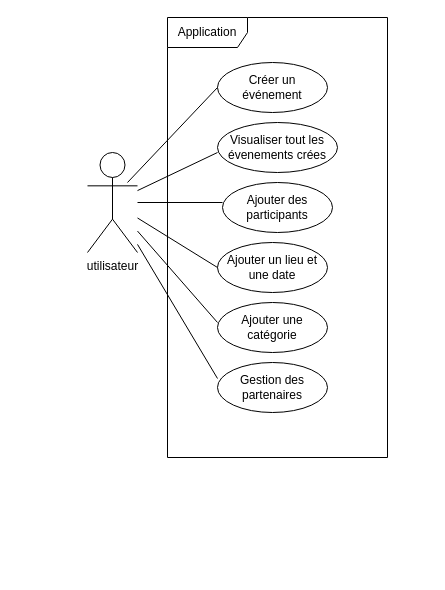
Above: Conception/Diagramme de cas d'utilisation.drawio in CSliveR/Chief-s-Arena (draw.io), before the change. Source tidied: cells renumbered, new cells numbered last; positions are measured from the earlier drawing's top-left corner, leaving out a move shared by most shapes. Both pictures are drawn from the tidied source at 100%, with x=0, y=0 at pixel (87, 17).
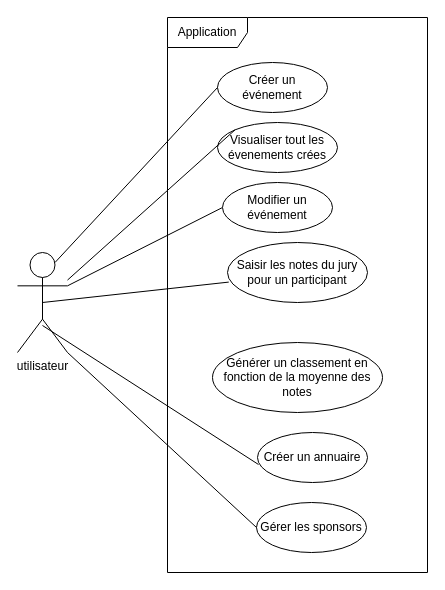
The same page after the edit.

What changed in the source:
```diff
@@
 <mxGraphModel>
   <root>
     <mxCell id="0" />
     <mxCell id="1" parent="0" />
     <mxCell id="2" value="&lt;div&gt;utilisateur&lt;/div&gt;" style="shape=umlActor;verticalLabelPosition=bottom;verticalAlign=top;html=1;outlineConnect=0;" parent="1" vertex="1">
-      <mxGeometry y="135" width="50" height="100" as="geometry" />
+      <mxGeometry x="-70" y="235" width="50" height="100" as="geometry" />
     </mxCell>
     <mxCell id="3" value="Créer un événement" style="ellipse;whiteSpace=wrap;html=1;" parent="1" vertex="1">
       <mxGeometry x="130" y="45" width="110" height="50" as="geometry" />
     </mxCell>
     <mxCell id="4" value="&lt;div align=&quot;center&quot;&gt;Visualiser tout les évenements crées&lt;/div&gt;" style="ellipse;whiteSpace=wrap;html=1;align=center;" parent="1" vertex="1">
       <mxGeometry x="130" y="105" width="120" height="50" as="geometry" />
     </mxCell>
-    <mxCell id="5" value="Ajouter des participants" style="ellipse;whiteSpace=wrap;html=1;" parent="1" vertex="1">
-      <mxGeometry x="135" y="165" width="110" height="50" as="geometry" />
-    </mxCell>
-    <mxCell id="6" value="Ajouter un lieu et une date" style="ellipse;whiteSpace=wrap;html=1;" parent="1" vertex="1">
-      <mxGeometry x="130" y="225" width="110" height="50" as="geometry" />
-    </mxCell>
-    <mxCell id="7" value="Ajouter une catégorie" style="ellipse;whiteSpace=wrap;html=1;" parent="1" vertex="1">
-      <mxGeometry x="130" y="285" width="110" height="50" as="geometry" />
-    </mxCell>
-    <mxCell id="8" value="Gestion des partenaires" style="ellipse;whiteSpace=wrap;html=1;" parent="1" vertex="1">
-      <mxGeometry x="130" y="345" width="110" height="50" as="geometry" />
+    <mxCell id="8" value="Créer un annuaire" style="ellipse;whiteSpace=wrap;html=1;" parent="1" vertex="1">
+      <mxGeometry x="170" y="415" width="110" height="50" as="geometry" />
     </mxCell>
-    <mxCell id="9" style="endArrow=none;html=1;rounded=0;entryX=0;entryY=0.5;entryDx=0;entryDy=0;" parent="1" edge="1" target="3">
-      <mxGeometry relative="1" as="geometry">
-        <mxPoint x="40" y="165" as="sourcePoint" />
-      </mxGeometry>
+    <mxCell id="9" style="endArrow=none;html=1;rounded=0;entryX=0;entryY=0.5;entryDx=0;entryDy=0;exitX=0.75;exitY=0.1;exitDx=0;exitDy=0;exitPerimeter=0;" parent="1" edge="1" source="2" target="3">
+      <mxGeometry relative="1" as="geometry" />
     </mxCell>
-    <mxCell id="10" style="endArrow=none;html=1;rounded=0;" parent="1" edge="1" source="2">
-      <mxGeometry relative="1" as="geometry">
-        <mxPoint x="130" y="135" as="targetPoint" />
-      </mxGeometry>
+    <mxCell id="10" style="endArrow=none;html=1;rounded=0;entryX=0;entryY=0;entryDx=0;entryDy=0;" parent="1" edge="1" source="2" target="4">
+      <mxGeometry relative="1" as="geometry" />
     </mxCell>
-    <mxCell id="11" style="endArrow=none;html=1;rounded=0;" parent="1" edge="1" source="2">
-      <mxGeometry relative="1" as="geometry">
-        <mxPoint x="135" y="185" as="targetPoint" />
-      </mxGeometry>
-    </mxCell>
-    <mxCell id="12" style="endArrow=none;html=1;rounded=0;entryX=0;entryY=0.5;entryDx=0;entryDy=0;" parent="1" edge="1" source="2" target="6">
-      <mxGeometry relative="1" as="geometry" />
-    </mxCell>
-    <mxCell id="13" style="endArrow=none;html=1;rounded=0;" parent="1" edge="1" source="2">
-      <mxGeometry relative="1" as="geometry">
-        <mxPoint x="130" y="305" as="targetPoint" />
-      </mxGeometry>
-    </mxCell>
-    <mxCell id="14" style="endArrow=none;html=1;rounded=0;" parent="1" edge="1" source="2">
-      <mxGeometry relative="1" as="geometry">
-        <mxPoint x="130" y="361" as="targetPoint" />
-      </mxGeometry>
+    <mxCell id="14" style="endArrow=none;html=1;rounded=0;entryX=0.009;entryY=0.64;entryDx=0;entryDy=0;entryPerimeter=0;exitX=0.5;exitY=0.73;exitDx=0;exitDy=0;exitPerimeter=0;" parent="1" edge="1" source="2" target="8">
+      <mxGeometry relative="1" as="geometry" />
     </mxCell>
     <mxCell id="15" value="&lt;div&gt;Application&lt;/div&gt;" style="shape=umlFrame;whiteSpace=wrap;html=1;width=80;height=30;" parent="1" vertex="1">
-      <mxGeometry x="80" width="220" height="440" as="geometry" />
+      <mxGeometry x="80" width="260" height="555" as="geometry" />
     </mxCell>
+    <mxCell id="16" style="endArrow=none;html=1;rounded=0;exitX=1;exitY=0.3333333333333333;exitDx=0;exitDy=0;exitPerimeter=0;entryX=0;entryY=0.5;entryDx=0;entryDy=0;" parent="1" edge="1" source="2" target="17">
+      <mxGeometry relative="1" as="geometry" />
+    </mxCell>
+    <mxCell id="17" value="Modifier un événement" style="ellipse;whiteSpace=wrap;html=1;" parent="1" vertex="1">
+      <mxGeometry x="135" y="165" width="110" height="50" as="geometry" />
+    </mxCell>
+    <mxCell id="18" value="Gérer les sponsors" style="ellipse;whiteSpace=wrap;html=1;" parent="1" vertex="1">
+      <mxGeometry x="169" y="485" width="110" height="50" as="geometry" />
+    </mxCell>
+    <mxCell id="19" style="endArrow=none;html=1;rounded=0;entryX=0;entryY=0.5;entryDx=0;entryDy=0;exitX=1;exitY=1;exitDx=0;exitDy=0;exitPerimeter=0;" parent="1" edge="1" source="2" target="18">
+      <mxGeometry relative="1" as="geometry" />
+    </mxCell>
+    <mxCell id="20" value="Saisir les notes du jury pour un participant" style="ellipse;whiteSpace=wrap;html=1;" parent="1" vertex="1">
+      <mxGeometry x="140" y="225" width="140" height="60" as="geometry" />
+    </mxCell>
+    <mxCell id="21" style="endArrow=none;html=1;rounded=0;exitX=0.009;exitY=0.66;exitDx=0;exitDy=0;exitPerimeter=0;entryX=0.5;entryY=0.5;entryDx=0;entryDy=0;entryPerimeter=0;" parent="1" edge="1" source="20" target="2">
+      <mxGeometry relative="1" as="geometry" />
+    </mxCell>
+    <mxCell id="22" value="Générer un classement en fonction de la moyenne des notes" style="ellipse;whiteSpace=wrap;html=1;" parent="1" vertex="1">
+      <mxGeometry x="125" y="325" width="170" height="70" as="geometry" />
+    </mxCell>
   </root>
 </mxGraphModel>
```
